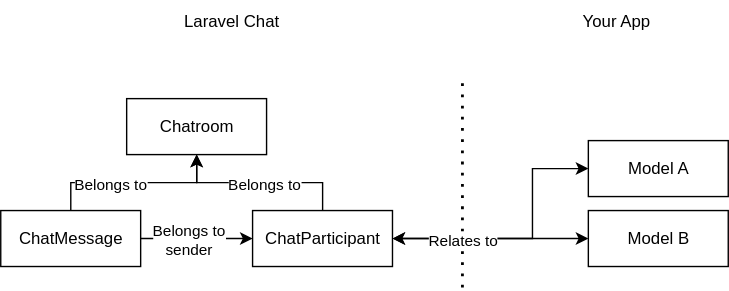
M-Media-Group/le-chat keeps this draw.io diagram as docs/src/assets/architecture.svg. Above is the earlier version. Source tidied: cells renumbered, new cells last; positions are measured from the earlier drawing's top-left corner, leaving out a move shared by most shapes.
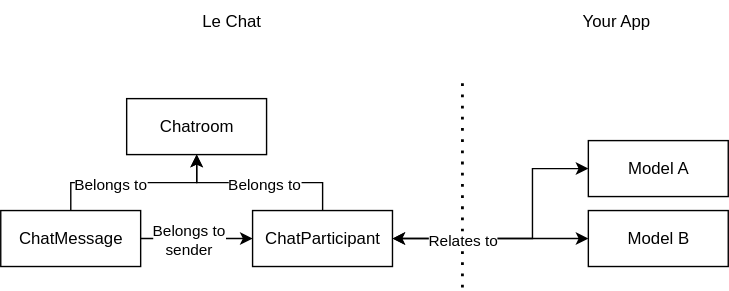
The same file after the commit.

What changed in the source:
```diff
@@ -62,7 +62,7 @@
         <mxPoint x="-9" as="offset" />
       </mxGeometry>
     </mxCell>
-    <mxCell id="18" value="Laravel Chat" style="text;html=1;align=center;verticalAlign=middle;whiteSpace=wrap;rounded=0;" parent="1" vertex="1">
+    <mxCell id="18" value="Le Chat" style="text;html=1;align=center;verticalAlign=middle;whiteSpace=wrap;rounded=0;" parent="1" vertex="1">
       <mxGeometry x="125" width="80" height="30" as="geometry" />
     </mxCell>
     <mxCell id="19" value="Your App" style="text;html=1;align=center;verticalAlign=middle;whiteSpace=wrap;rounded=0;" parent="1" vertex="1">
```
